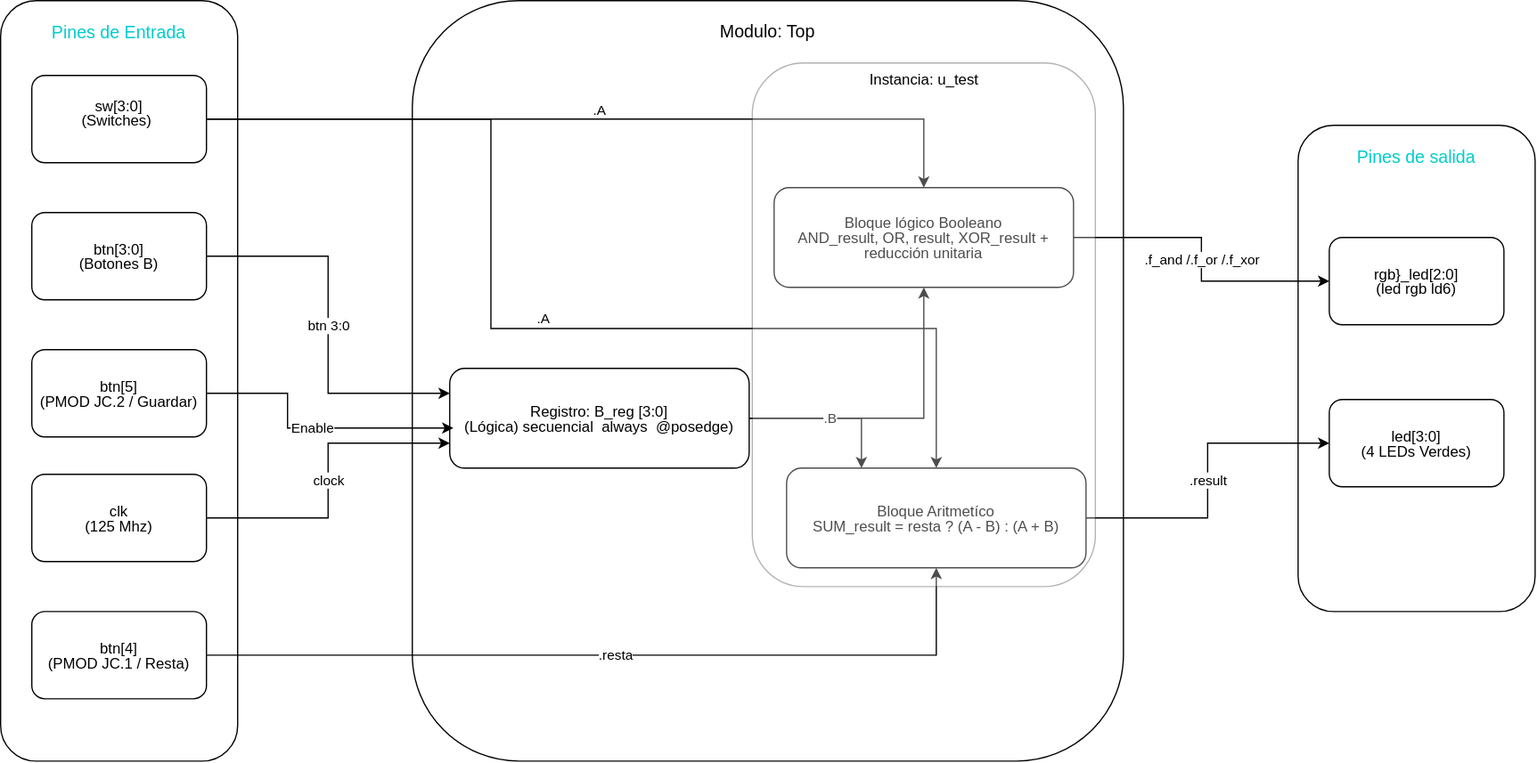
The draw.io diagram doc/diagrama_bloques.svg in Cristian2802/Digital2-Lab01, before a commit. Source tidied: cells renumbered, new cells last; positions are measured from the earlier drawing's top-left corner, leaving out a move shared by most shapes. Source of this version:
```xml
<mxGraphModel>
  <root>
    <mxCell id="0" />
    <mxCell id="1" parent="0" />
    <mxCell id="2" value="&lt;div style=&quot;line-height: 100%;&quot;&gt;&lt;div&gt;&lt;span style=&quot;color: light-dark(rgb(0, 204, 204), rgb(0, 136, 136)); background-color: transparent;&quot;&gt;&lt;font style=&quot;font-size: 14px;&quot;&gt;&lt;br&gt;&lt;/font&gt;&lt;/span&gt;&lt;/div&gt;&lt;div&gt;&lt;span style=&quot;color: light-dark(rgb(0, 204, 204), rgb(0, 136, 136)); background-color: transparent;&quot;&gt;&lt;font style=&quot;font-size: 14px;&quot;&gt;Pines de Entrada&lt;/font&gt;&lt;/span&gt;&lt;/div&gt;&lt;/div&gt;" style="rounded=1;whiteSpace=wrap;html=1;fontSize=12;glass=0;strokeWidth=1;shadow=0;align=center;verticalAlign=top;labelBackgroundColor=none;" parent="1" vertex="1">
      <mxGeometry width="190" height="610" as="geometry" />
    </mxCell>
    <mxCell id="3" value="&lt;div style=&quot;line-height: 100%;&quot;&gt;&lt;div&gt;&lt;br&gt;&lt;/div&gt;&lt;div&gt;&lt;font style=&quot;color: light-dark(rgb(0, 0, 0), rgb(255, 255, 255));&quot;&gt;sw[3:0]&lt;/font&gt;&lt;/div&gt;&lt;div&gt;&lt;span style=&quot;color: light-dark(rgb(0, 0, 0), rgb(255, 255, 255));&quot;&gt;(Switches)&lt;/span&gt;&amp;nbsp;&lt;/div&gt;&lt;/div&gt;" style="rounded=1;whiteSpace=wrap;html=1;fontSize=12;glass=0;strokeWidth=1;shadow=0;align=center;verticalAlign=top;labelBackgroundColor=none;" parent="1" vertex="1">
      <mxGeometry x="25" y="60" width="140" height="70" as="geometry" />
    </mxCell>
    <mxCell id="4" value="&lt;div style=&quot;line-height: 100%;&quot;&gt;btn[3:0]&lt;/div&gt;&lt;div style=&quot;line-height: 100%;&quot;&gt;(Botones B)&lt;/div&gt;" style="rounded=1;whiteSpace=wrap;html=1;fontSize=12;glass=0;strokeWidth=1;shadow=0;align=center;verticalAlign=middle;labelBackgroundColor=none;" parent="1" vertex="1">
      <mxGeometry x="25" y="170" width="140" height="70" as="geometry" />
    </mxCell>
    <mxCell id="5" value="&lt;div style=&quot;line-height: 100%;&quot;&gt;btn[5]&lt;/div&gt;&lt;div style=&quot;line-height: 100%;&quot;&gt;(PMOD JC.2 / Guardar)&lt;/div&gt;" style="rounded=1;whiteSpace=wrap;html=1;fontSize=12;glass=0;strokeWidth=1;shadow=0;align=center;verticalAlign=middle;labelBackgroundColor=none;" parent="1" vertex="1">
      <mxGeometry x="25" y="280" width="140" height="70" as="geometry" />
    </mxCell>
    <mxCell id="6" value="&lt;div style=&quot;line-height: 100%;&quot;&gt;clk&lt;/div&gt;&lt;div style=&quot;line-height: 100%;&quot;&gt;(125 Mhz)&lt;/div&gt;" style="rounded=1;whiteSpace=wrap;html=1;fontSize=12;glass=0;strokeWidth=1;shadow=0;align=center;verticalAlign=middle;labelBackgroundColor=none;" parent="1" vertex="1">
      <mxGeometry x="25" y="380" width="140" height="70" as="geometry" />
    </mxCell>
    <mxCell id="7" value="&lt;div style=&quot;line-height: 100%;&quot;&gt;btn[4]&lt;/div&gt;&lt;div style=&quot;line-height: 100%;&quot;&gt;(PMOD JC.1 / Resta)&lt;/div&gt;" style="rounded=1;whiteSpace=wrap;html=1;fontSize=12;glass=0;strokeWidth=1;shadow=0;align=center;verticalAlign=middle;labelBackgroundColor=none;" parent="1" vertex="1">
      <mxGeometry x="25" y="490" width="140" height="70" as="geometry" />
    </mxCell>
    <mxCell id="8" value="&lt;div style=&quot;line-height: 100%;&quot;&gt;&lt;br&gt;&lt;/div&gt;&lt;div style=&quot;line-height: 100%;&quot;&gt;&lt;span style=&quot;font-size: 14px;&quot;&gt;Modulo: Top&lt;/span&gt;&lt;/div&gt;" style="rounded=1;whiteSpace=wrap;html=1;fontSize=12;glass=0;strokeWidth=1;shadow=0;align=center;verticalAlign=top;labelBackgroundColor=none;fontColor=light-dark(#000000, #2eaa9c);" parent="1" vertex="1">
      <mxGeometry x="330" width="570" height="610" as="geometry" />
    </mxCell>
    <mxCell id="9" style="edgeStyle=orthogonalEdgeStyle;rounded=0;jettySize=auto;html=1;entryX=0.5;entryY=1;entryDx=0;entryDy=0;libavoidRouting=1;" parent="1" edge="1" source="11" target="12">
      <mxGeometry relative="1" as="geometry">
        <Array as="points">
          <mxPoint x="740" y="335" />
        </Array>
      </mxGeometry>
    </mxCell>
    <mxCell id="10" value=".B" style="edgeStyle=orthogonalEdgeStyle;rounded=0;jettySize=auto;html=1;entryX=0.25;entryY=0;entryDx=0;entryDy=0;" parent="1" edge="1" source="11" target="13">
      <mxGeometry relative="1" as="geometry" />
    </mxCell>
    <mxCell id="11" value="&lt;div style=&quot;line-height: 100%;&quot;&gt;Registro: B_reg [3:0]&lt;/div&gt;&lt;div style=&quot;line-height: 100%;&quot;&gt;(Lógica) secuencial&amp;nbsp; always&amp;nbsp; @posedge)&lt;/div&gt;" style="rounded=1;whiteSpace=wrap;html=1;fontSize=12;glass=0;strokeWidth=1;shadow=0;align=center;verticalAlign=middle;labelBackgroundColor=none;" parent="1" vertex="1">
      <mxGeometry x="360" y="295" width="240" height="80" as="geometry" />
    </mxCell>
    <mxCell id="12" value="&lt;div style=&quot;line-height: 100%;&quot;&gt;Bloque lógico Booleano&lt;/div&gt;&lt;div style=&quot;line-height: 100%;&quot;&gt;AND_result, OR, result, XOR_result + reducción unitaria&lt;/div&gt;" style="rounded=1;whiteSpace=wrap;html=1;fontSize=12;glass=0;strokeWidth=1;shadow=0;align=center;verticalAlign=middle;labelBackgroundColor=none;" parent="1" vertex="1">
      <mxGeometry x="620" y="150" width="240" height="80" as="geometry" />
    </mxCell>
    <mxCell id="13" value="&lt;div style=&quot;line-height: 100%;&quot;&gt;Bloque Aritmetíco&lt;/div&gt;&lt;div style=&quot;line-height: 100%;&quot;&gt;SUM_result = resta ? (A - B) : (A + B)&lt;/div&gt;" style="rounded=1;whiteSpace=wrap;html=1;fontSize=12;glass=0;strokeWidth=1;shadow=0;align=center;verticalAlign=middle;labelBackgroundColor=none;" parent="1" vertex="1">
      <mxGeometry x="630" y="375" width="240" height="80" as="geometry" />
    </mxCell>
    <mxCell id="14" value="&lt;div style=&quot;line-height: 100%;&quot;&gt;&lt;div&gt;&lt;span style=&quot;color: light-dark(rgb(0, 204, 204), rgb(0, 136, 136)); background-color: transparent;&quot;&gt;&lt;font style=&quot;font-size: 14px;&quot;&gt;&lt;br&gt;&lt;/font&gt;&lt;/span&gt;&lt;/div&gt;&lt;div&gt;&lt;span style=&quot;color: light-dark(rgb(0, 204, 204), rgb(0, 136, 136)); background-color: transparent;&quot;&gt;&lt;font style=&quot;font-size: 14px;&quot;&gt;Pines de salida&lt;/font&gt;&lt;/span&gt;&lt;/div&gt;&lt;/div&gt;" style="rounded=1;whiteSpace=wrap;html=1;fontSize=12;glass=0;strokeWidth=1;shadow=0;align=center;verticalAlign=top;labelBackgroundColor=none;" parent="1" vertex="1">
      <mxGeometry x="1040" y="100" width="190" height="390" as="geometry" />
    </mxCell>
    <mxCell id="15" value="&lt;div style=&quot;line-height: 100%;&quot;&gt;rgb}_led[2:0]&lt;/div&gt;&lt;div style=&quot;line-height: 100%;&quot;&gt;(led rgb ld6)&lt;/div&gt;" style="rounded=1;whiteSpace=wrap;html=1;fontSize=12;glass=0;strokeWidth=1;shadow=0;align=center;verticalAlign=middle;labelBackgroundColor=none;" parent="1" vertex="1">
      <mxGeometry x="1065" y="190" width="140" height="70" as="geometry" />
    </mxCell>
    <mxCell id="16" value="&lt;div style=&quot;line-height: 100%;&quot;&gt;led[3:0]&lt;/div&gt;&lt;div style=&quot;line-height: 100%;&quot;&gt;(4 LEDs Verdes)&lt;/div&gt;" style="rounded=1;whiteSpace=wrap;html=1;fontSize=12;glass=0;strokeWidth=1;shadow=0;align=center;verticalAlign=middle;labelBackgroundColor=none;" parent="1" vertex="1">
      <mxGeometry x="1065" y="320" width="140" height="70" as="geometry" />
    </mxCell>
    <mxCell id="17" value=".A&lt;div&gt;&lt;br&gt;&lt;/div&gt;" style="edgeStyle=orthogonalEdgeStyle;rounded=0;jettySize=auto;html=1;entryX=0.5;entryY=0;entryDx=0;entryDy=0;labelBackgroundColor=none;fontColor=default;" parent="1" edge="1" source="3" target="12">
      <mxGeometry relative="1" as="geometry" />
    </mxCell>
    <mxCell id="18" value=".A" style="edgeStyle=orthogonalEdgeStyle;rounded=0;jettySize=auto;html=1;exitX=1;exitY=0.5;exitDx=0;exitDy=0;libavoidRouting=1;entryX=0.5;entryY=0;entryDx=0;entryDy=0;" parent="1" edge="1" source="3" target="13">
      <mxGeometry x="0.01" y="8" relative="1" as="geometry">
        <Array as="points">
          <mxPoint x="393" y="95" />
          <mxPoint x="393" y="263" />
          <mxPoint x="750" y="263" />
        </Array>
      </mxGeometry>
    </mxCell>
    <mxCell id="19" value="btn 3:0" style="edgeStyle=orthogonalEdgeStyle;rounded=0;jettySize=auto;html=1;entryX=0;entryY=0.25;entryDx=0;entryDy=0;" parent="1" edge="1" source="4" target="11">
      <mxGeometry relative="1" as="geometry" />
    </mxCell>
    <mxCell id="20" value="Enable" style="edgeStyle=orthogonalEdgeStyle;rounded=0;jettySize=auto;html=1;entryX=0.012;entryY=0.598;entryDx=0;entryDy=0;entryPerimeter=0;" parent="1" edge="1" source="5" target="11">
      <mxGeometry relative="1" as="geometry">
        <Array as="points">
          <mxPoint x="230" y="315" />
          <mxPoint x="230" y="342.8" />
        </Array>
      </mxGeometry>
    </mxCell>
    <mxCell id="21" value="clock" style="edgeStyle=orthogonalEdgeStyle;rounded=0;jettySize=auto;html=1;entryX=0;entryY=0.75;entryDx=0;entryDy=0;" parent="1" edge="1" source="6" target="11">
      <mxGeometry relative="1" as="geometry" />
    </mxCell>
    <mxCell id="22" value=".resta" style="edgeStyle=orthogonalEdgeStyle;rounded=0;jettySize=auto;html=1;exitX=1;exitY=0.5;exitDx=0;exitDy=0;entryX=0.5;entryY=1;entryDx=0;entryDy=0;" parent="1" edge="1" source="7" target="13">
      <mxGeometry relative="1" as="geometry" />
    </mxCell>
    <mxCell id="23" value=".result" style="edgeStyle=orthogonalEdgeStyle;rounded=0;jettySize=auto;html=1;entryX=0;entryY=0.5;entryDx=0;entryDy=0;" parent="1" edge="1" source="13" target="16">
      <mxGeometry relative="1" as="geometry" />
    </mxCell>
    <mxCell id="24" value=".f_and /.f_or /.f_xor" style="edgeStyle=orthogonalEdgeStyle;rounded=0;jettySize=auto;html=1;entryX=0;entryY=0.5;entryDx=0;entryDy=0;" parent="1" edge="1" source="12" target="15">
      <mxGeometry relative="1" as="geometry" />
    </mxCell>
    <mxCell id="25" value="&lt;div&gt;Instancia: u_test&lt;/div&gt;" style="rounded=1;whiteSpace=wrap;html=1;roundedPerimeter=1;labelBackgroundColor=default;fontColor=light-dark(#000000,#2EAA9C);textShadow=0;labelBorderColor=none;opacity=30;verticalAlign=top;" parent="1" vertex="1">
      <mxGeometry x="602.5" y="50" width="275" height="420" as="geometry" />
    </mxCell>
  </root>
</mxGraphModel>
```
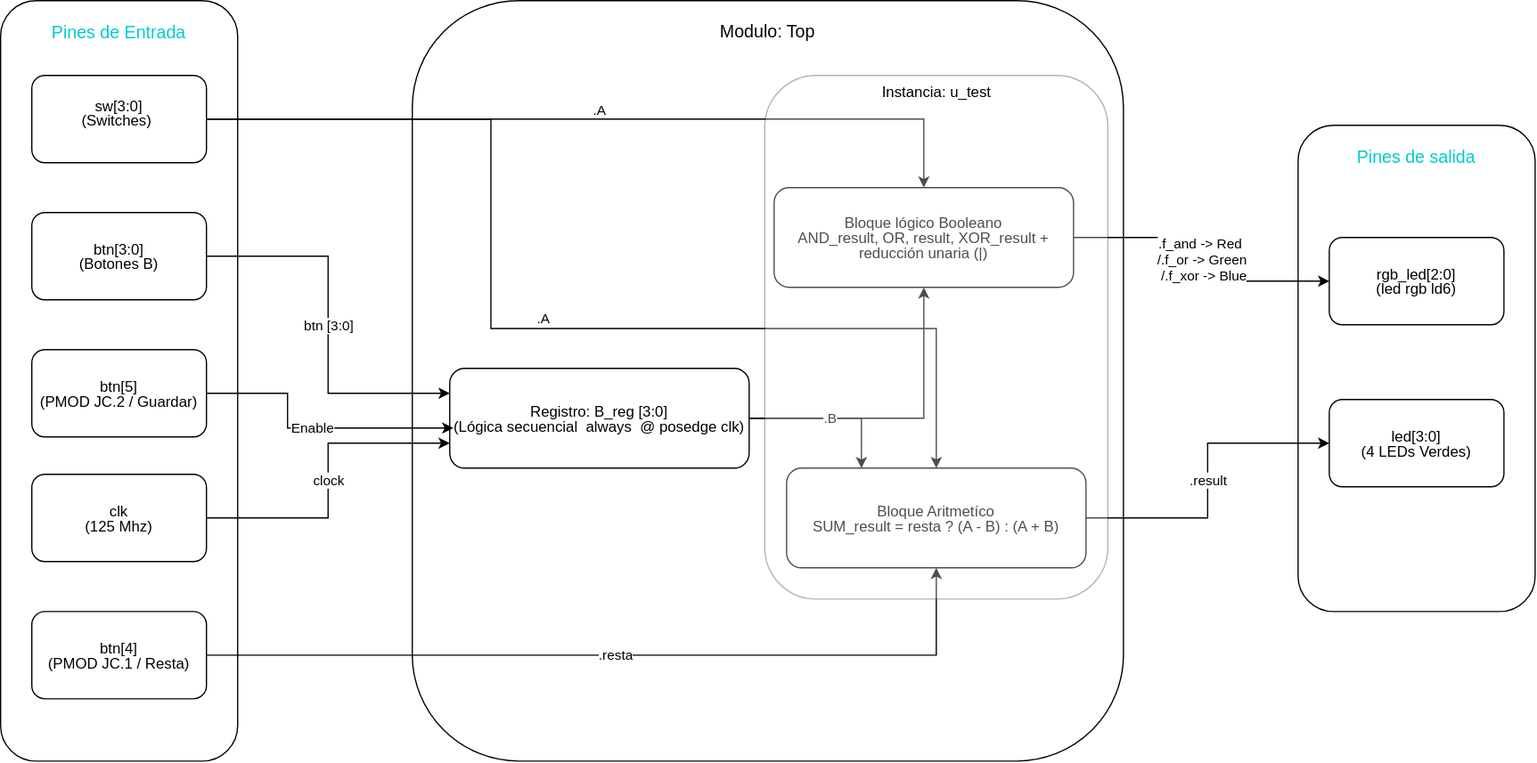
After the commit.

Commit message:
imagen-diagrama1

Diff of the diagram source:
```diff
@@ -33,10 +33,10 @@
     <mxCell id="10" value=".B" style="edgeStyle=orthogonalEdgeStyle;rounded=0;jettySize=auto;html=1;entryX=0.25;entryY=0;entryDx=0;entryDy=0;" parent="1" edge="1" source="11" target="13">
       <mxGeometry relative="1" as="geometry" />
     </mxCell>
-    <mxCell id="11" value="&lt;div style=&quot;line-height: 100%;&quot;&gt;Registro: B_reg [3:0]&lt;/div&gt;&lt;div style=&quot;line-height: 100%;&quot;&gt;(Lógica) secuencial&amp;nbsp; always&amp;nbsp; @posedge)&lt;/div&gt;" style="rounded=1;whiteSpace=wrap;html=1;fontSize=12;glass=0;strokeWidth=1;shadow=0;align=center;verticalAlign=middle;labelBackgroundColor=none;" parent="1" vertex="1">
+    <mxCell id="11" value="&lt;div style=&quot;line-height: 100%;&quot;&gt;Registro: B_reg [3:0]&lt;/div&gt;&lt;div style=&quot;line-height: 100%;&quot;&gt;(Lógica secuencial&amp;nbsp; always&amp;nbsp; @ posedge clk)&lt;/div&gt;" style="rounded=1;whiteSpace=wrap;html=1;fontSize=12;glass=0;strokeWidth=1;shadow=0;align=center;verticalAlign=middle;labelBackgroundColor=none;" parent="1" vertex="1">
       <mxGeometry x="360" y="295" width="240" height="80" as="geometry" />
     </mxCell>
-    <mxCell id="12" value="&lt;div style=&quot;line-height: 100%;&quot;&gt;Bloque lógico Booleano&lt;/div&gt;&lt;div style=&quot;line-height: 100%;&quot;&gt;AND_result, OR, result, XOR_result + reducción unitaria&lt;/div&gt;" style="rounded=1;whiteSpace=wrap;html=1;fontSize=12;glass=0;strokeWidth=1;shadow=0;align=center;verticalAlign=middle;labelBackgroundColor=none;" parent="1" vertex="1">
+    <mxCell id="12" value="&lt;div style=&quot;line-height: 100%;&quot;&gt;Bloque lógico Booleano&lt;/div&gt;&lt;div style=&quot;line-height: 100%;&quot;&gt;AND_result, OR, result, XOR_result + reducción unaria (|)&lt;/div&gt;" style="rounded=1;whiteSpace=wrap;html=1;fontSize=12;glass=0;strokeWidth=1;shadow=0;align=center;verticalAlign=middle;labelBackgroundColor=none;" parent="1" vertex="1">
       <mxGeometry x="620" y="150" width="240" height="80" as="geometry" />
     </mxCell>
     <mxCell id="13" value="&lt;div style=&quot;line-height: 100%;&quot;&gt;Bloque Aritmetíco&lt;/div&gt;&lt;div style=&quot;line-height: 100%;&quot;&gt;SUM_result = resta ? (A - B) : (A + B)&lt;/div&gt;" style="rounded=1;whiteSpace=wrap;html=1;fontSize=12;glass=0;strokeWidth=1;shadow=0;align=center;verticalAlign=middle;labelBackgroundColor=none;" parent="1" vertex="1">
@@ -45,7 +45,7 @@
     <mxCell id="14" value="&lt;div style=&quot;line-height: 100%;&quot;&gt;&lt;div&gt;&lt;span style=&quot;color: light-dark(rgb(0, 204, 204), rgb(0, 136, 136)); background-color: transparent;&quot;&gt;&lt;font style=&quot;font-size: 14px;&quot;&gt;&lt;br&gt;&lt;/font&gt;&lt;/span&gt;&lt;/div&gt;&lt;div&gt;&lt;span style=&quot;color: light-dark(rgb(0, 204, 204), rgb(0, 136, 136)); background-color: transparent;&quot;&gt;&lt;font style=&quot;font-size: 14px;&quot;&gt;Pines de salida&lt;/font&gt;&lt;/span&gt;&lt;/div&gt;&lt;/div&gt;" style="rounded=1;whiteSpace=wrap;html=1;fontSize=12;glass=0;strokeWidth=1;shadow=0;align=center;verticalAlign=top;labelBackgroundColor=none;" parent="1" vertex="1">
       <mxGeometry x="1040" y="100" width="190" height="390" as="geometry" />
     </mxCell>
-    <mxCell id="15" value="&lt;div style=&quot;line-height: 100%;&quot;&gt;rgb}_led[2:0]&lt;/div&gt;&lt;div style=&quot;line-height: 100%;&quot;&gt;(led rgb ld6)&lt;/div&gt;" style="rounded=1;whiteSpace=wrap;html=1;fontSize=12;glass=0;strokeWidth=1;shadow=0;align=center;verticalAlign=middle;labelBackgroundColor=none;" parent="1" vertex="1">
+    <mxCell id="15" value="&lt;div style=&quot;line-height: 100%;&quot;&gt;rgb_led[2:0]&lt;/div&gt;&lt;div style=&quot;line-height: 100%;&quot;&gt;(led rgb ld6)&lt;/div&gt;" style="rounded=1;whiteSpace=wrap;html=1;fontSize=12;glass=0;strokeWidth=1;shadow=0;align=center;verticalAlign=middle;labelBackgroundColor=none;" parent="1" vertex="1">
       <mxGeometry x="1065" y="190" width="140" height="70" as="geometry" />
     </mxCell>
     <mxCell id="16" value="&lt;div style=&quot;line-height: 100%;&quot;&gt;led[3:0]&lt;/div&gt;&lt;div style=&quot;line-height: 100%;&quot;&gt;(4 LEDs Verdes)&lt;/div&gt;" style="rounded=1;whiteSpace=wrap;html=1;fontSize=12;glass=0;strokeWidth=1;shadow=0;align=center;verticalAlign=middle;labelBackgroundColor=none;" parent="1" vertex="1">
@@ -63,7 +63,7 @@
         </Array>
       </mxGeometry>
     </mxCell>
-    <mxCell id="19" value="btn 3:0" style="edgeStyle=orthogonalEdgeStyle;rounded=0;jettySize=auto;html=1;entryX=0;entryY=0.25;entryDx=0;entryDy=0;" parent="1" edge="1" source="4" target="11">
+    <mxCell id="19" value="btn [3:0]" style="edgeStyle=orthogonalEdgeStyle;rounded=0;jettySize=auto;html=1;entryX=0;entryY=0.25;entryDx=0;entryDy=0;" parent="1" edge="1" source="4" target="11">
       <mxGeometry relative="1" as="geometry" />
     </mxCell>
     <mxCell id="20" value="Enable" style="edgeStyle=orthogonalEdgeStyle;rounded=0;jettySize=auto;html=1;entryX=0.012;entryY=0.598;entryDx=0;entryDy=0;entryPerimeter=0;" parent="1" edge="1" source="5" target="11">
@@ -83,11 +83,11 @@
     <mxCell id="23" value=".result" style="edgeStyle=orthogonalEdgeStyle;rounded=0;jettySize=auto;html=1;entryX=0;entryY=0.5;entryDx=0;entryDy=0;" parent="1" edge="1" source="13" target="16">
       <mxGeometry relative="1" as="geometry" />
     </mxCell>
-    <mxCell id="24" value=".f_and /.f_or /.f_xor" style="edgeStyle=orthogonalEdgeStyle;rounded=0;jettySize=auto;html=1;entryX=0;entryY=0.5;entryDx=0;entryDy=0;" parent="1" edge="1" source="12" target="15">
+    <mxCell id="24" value=".f_and -&amp;gt; Red&amp;nbsp;&lt;div&gt;/.f_or -&amp;gt; Green&lt;/div&gt;&lt;div&gt;&amp;nbsp;/.f_xor -&amp;gt; Blue&lt;/div&gt;" style="edgeStyle=orthogonalEdgeStyle;rounded=0;jettySize=auto;html=1;entryX=0;entryY=0.5;entryDx=0;entryDy=0;" parent="1" edge="1" source="12" target="15">
       <mxGeometry relative="1" as="geometry" />
     </mxCell>
     <mxCell id="25" value="&lt;div&gt;Instancia: u_test&lt;/div&gt;" style="rounded=1;whiteSpace=wrap;html=1;roundedPerimeter=1;labelBackgroundColor=default;fontColor=light-dark(#000000,#2EAA9C);textShadow=0;labelBorderColor=none;opacity=30;verticalAlign=top;" parent="1" vertex="1">
-      <mxGeometry x="602.5" y="50" width="275" height="420" as="geometry" />
+      <mxGeometry x="612.5" y="60" width="275" height="420" as="geometry" />
     </mxCell>
   </root>
 </mxGraphModel>
```
